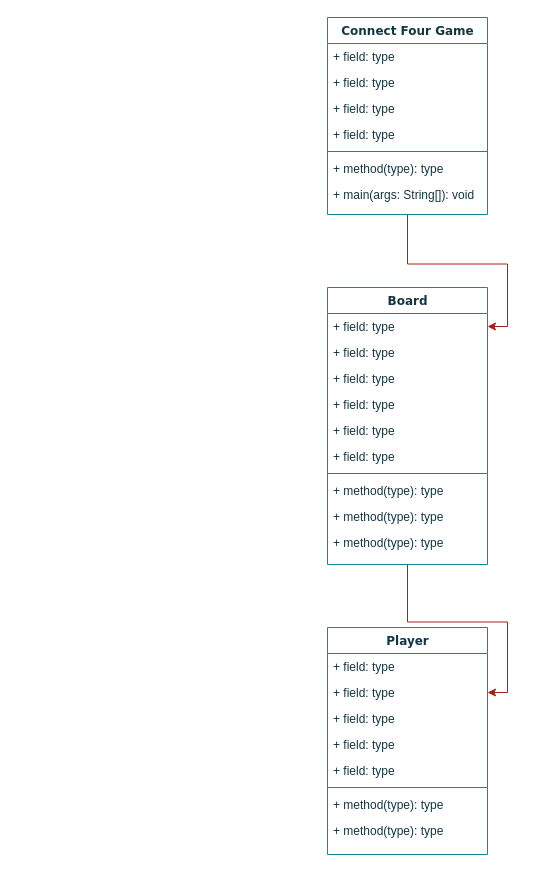
The draw.io diagram connectFourGameUML.drawio in MsRodrigP/webpages, before the edit. Source tidied: cells renumbered, new cells numbered last; positions are measured from the earlier drawing's top-left corner, leaving out a move shared by most shapes. Both pictures are drawn from the tidied source at 100%, with x=0, y=0 at pixel (327, 17).
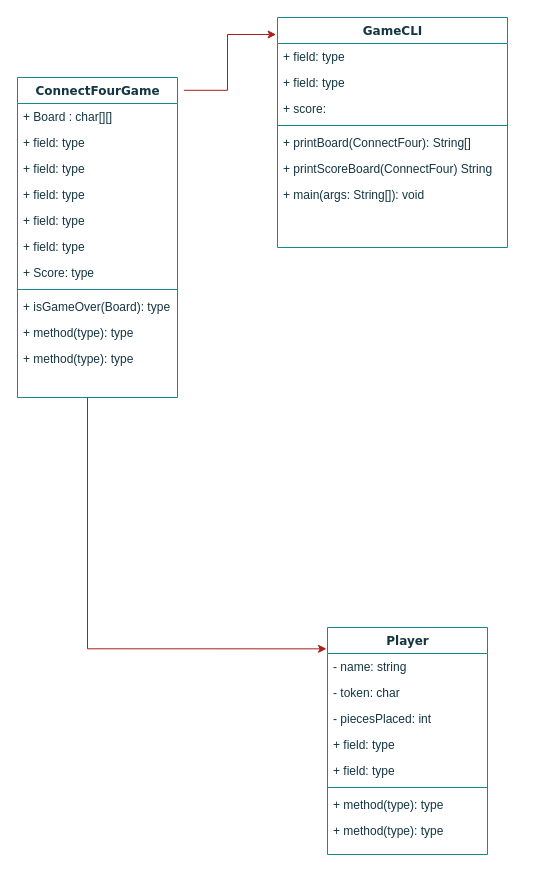
Above is the later version.

The change refers to these unchanged cells:
```xml
<mxCell id="2" value="Player" style="swimlane;html=1;fontStyle=1;align=center;verticalAlign=top;horizontal=1;startSize=26;swimlaneFillColor=#ffffff;rounded=0;shadow=0;comic=0;labelBackgroundColor=none;strokeWidth=1;fillColor=none;fontFamily=Verdana;fontSize=12;strokeColor=#0F8B8D;fontColor=#143642;" parent="1" vertex="1">
  <mxGeometry y="610" width="160" height="227" as="geometry" />
</mxCell>
```

The edit, as a diff of the source:
```diff
@@
-    <mxCell id="3" value="+ field: type" style="text;html=1;strokeColor=none;fillColor=none;align=left;verticalAlign=top;spacingLeft=4;spacingRight=4;whiteSpace=wrap;overflow=hidden;labelBackgroundColor=none;fontColor=#143642;" parent="2" vertex="1">
+    <mxCell id="3" value="- name: string" style="text;html=1;strokeColor=none;fillColor=none;align=left;verticalAlign=top;spacingLeft=4;spacingRight=4;whiteSpace=wrap;overflow=hidden;labelBackgroundColor=none;fontColor=#143642;" parent="2" vertex="1">
       <mxGeometry y="26" width="160" height="26" as="geometry" />
     </mxCell>
-    <mxCell id="4" value="+ field: type" style="text;html=1;strokeColor=none;fillColor=none;align=left;verticalAlign=top;spacingLeft=4;spacingRight=4;whiteSpace=wrap;overflow=hidden;points=[[0,0.5],[1,0.5]];portConstraint=eastwest;labelBackgroundColor=none;fontColor=#143642;" parent="2" vertex="1">
+    <mxCell id="4" value="- token: char" style="text;html=1;strokeColor=none;fillColor=none;align=left;verticalAlign=top;spacingLeft=4;spacingRight=4;whiteSpace=wrap;overflow=hidden;points=[[0,0.5],[1,0.5]];portConstraint=eastwest;labelBackgroundColor=none;fontColor=#143642;" parent="2" vertex="1">
       <mxGeometry y="52" width="160" height="26" as="geometry" />
     </mxCell>
-    <mxCell id="5" value="+ field: type" style="text;html=1;strokeColor=none;fillColor=none;align=left;verticalAlign=top;spacingLeft=4;spacingRight=4;whiteSpace=wrap;overflow=hidden;labelBackgroundColor=none;fontColor=#143642;" parent="2" vertex="1">
+    <mxCell id="5" value="- piecesPlaced: int" style="text;html=1;strokeColor=none;fillColor=none;align=left;verticalAlign=top;spacingLeft=4;spacingRight=4;whiteSpace=wrap;overflow=hidden;labelBackgroundColor=none;fontColor=#143642;" parent="2" vertex="1">
       <mxGeometry y="78" width="160" height="26" as="geometry" />
     </mxCell>
@@
-    <mxCell id="11" style="edgeStyle=orthogonalEdgeStyle;rounded=0;jettySize=auto;html=1;strokeColor=#A8201A;fontColor=#143642;fillColor=#FAE5C7;" parent="1" edge="1" source="12" target="4">
-      <mxGeometry relative="1" as="geometry" />
-    </mxCell>
-    <mxCell id="12" value="Board" style="swimlane;html=1;fontStyle=1;align=center;verticalAlign=top;horizontal=1;startSize=26;swimlaneFillColor=#ffffff;rounded=0;shadow=0;comic=0;labelBackgroundColor=none;strokeWidth=1;fillColor=none;fontFamily=Verdana;fontSize=12;strokeColor=#0F8B8D;fontColor=#143642;" parent="1" vertex="1">
-      <mxGeometry y="270" width="160" height="277" as="geometry" />
+    <mxCell id="12" value="ConnectFourGame" style="swimlane;html=1;fontStyle=1;align=center;verticalAlign=top;horizontal=1;startSize=26;swimlaneFillColor=#ffffff;rounded=0;shadow=0;comic=0;labelBackgroundColor=none;strokeWidth=1;fillColor=none;fontFamily=Verdana;fontSize=12;strokeColor=#0F8B8D;fontColor=#143642;" parent="1" vertex="1">
+      <mxGeometry x="-310" y="60" width="160" height="320" as="geometry" />
     </mxCell>
-    <mxCell id="13" value="+ field: type" style="text;html=1;strokeColor=none;fillColor=none;align=left;verticalAlign=top;spacingLeft=4;spacingRight=4;whiteSpace=wrap;overflow=hidden;points=[[0,0.5],[1,0.5]];portConstraint=eastwest;labelBackgroundColor=none;fontColor=#143642;" parent="12" vertex="1">
+    <mxCell id="13" value="+ Board : char[][]&amp;nbsp;" style="text;html=1;strokeColor=none;fillColor=none;align=left;verticalAlign=top;spacingLeft=4;spacingRight=4;whiteSpace=wrap;overflow=hidden;points=[[0,0.5],[1,0.5]];portConstraint=eastwest;labelBackgroundColor=none;fontColor=#143642;" parent="12" vertex="1">
       <mxGeometry y="26" width="160" height="26" as="geometry" />
     </mxCell>
+    <mxCell id="32" value="+ field: type" style="text;html=1;strokeColor=none;fillColor=none;align=left;verticalAlign=top;spacingLeft=4;spacingRight=4;whiteSpace=wrap;overflow=hidden;labelBackgroundColor=none;fontColor=#143642;" parent="12" vertex="1">
+      <mxGeometry y="52" width="160" height="26" as="geometry" />
+    </mxCell>
     <mxCell id="14" value="+ field: type" style="text;html=1;strokeColor=none;fillColor=none;align=left;verticalAlign=top;spacingLeft=4;spacingRight=4;whiteSpace=wrap;overflow=hidden;labelBackgroundColor=none;fontColor=#143642;" parent="12" vertex="1">
-      <mxGeometry y="52" width="160" height="26" as="geometry" />
+      <mxGeometry y="78" width="160" height="26" as="geometry" />
     </mxCell>
     <mxCell id="15" value="+ field: type" style="text;html=1;strokeColor=none;fillColor=none;align=left;verticalAlign=top;spacingLeft=4;spacingRight=4;whiteSpace=wrap;overflow=hidden;labelBackgroundColor=none;fontColor=#143642;" parent="12" vertex="1">
-      <mxGeometry y="78" width="160" height="26" as="geometry" />
+      <mxGeometry y="104" width="160" height="26" as="geometry" />
     </mxCell>
     <mxCell id="16" value="+ field: type" style="text;html=1;strokeColor=none;fillColor=none;align=left;verticalAlign=top;spacingLeft=4;spacingRight=4;whiteSpace=wrap;overflow=hidden;labelBackgroundColor=none;fontColor=#143642;" parent="12" vertex="1">
-      <mxGeometry y="104" width="160" height="26" as="geometry" />
+      <mxGeometry y="130" width="160" height="26" as="geometry" />
     </mxCell>
     <mxCell id="17" value="+ field: type" style="text;html=1;strokeColor=none;fillColor=none;align=left;verticalAlign=top;spacingLeft=4;spacingRight=4;whiteSpace=wrap;overflow=hidden;labelBackgroundColor=none;fontColor=#143642;" parent="12" vertex="1">
-      <mxGeometry y="130" width="160" height="26" as="geometry" />
+      <mxGeometry y="156" width="160" height="26" as="geometry" />
     </mxCell>
-    <mxCell id="18" value="+ field: type" style="text;html=1;strokeColor=none;fillColor=none;align=left;verticalAlign=top;spacingLeft=4;spacingRight=4;whiteSpace=wrap;overflow=hidden;labelBackgroundColor=none;fontColor=#143642;" parent="12" vertex="1">
-      <mxGeometry y="156" width="160" height="26" as="geometry" />
+    <mxCell id="18" value="+ Score: type" style="text;html=1;strokeColor=none;fillColor=none;align=left;verticalAlign=top;spacingLeft=4;spacingRight=4;whiteSpace=wrap;overflow=hidden;labelBackgroundColor=none;fontColor=#143642;" parent="12" vertex="1">
+      <mxGeometry y="182" width="160" height="26" as="geometry" />
     </mxCell>
     <mxCell id="19" style="line;html=1;strokeWidth=1;fillColor=none;align=left;verticalAlign=middle;spacingTop=-1;spacingLeft=3;spacingRight=3;labelPosition=right;labelBackgroundColor=none;strokeColor=#0F8B8D;fontColor=#143642;" parent="12" vertex="1">
-      <mxGeometry y="182" width="160" height="8" as="geometry" />
+      <mxGeometry y="208" width="160" height="8" as="geometry" />
     </mxCell>
-    <mxCell id="20" value="+ method(type): type" style="text;html=1;strokeColor=none;fillColor=none;align=left;verticalAlign=top;spacingLeft=4;spacingRight=4;whiteSpace=wrap;overflow=hidden;labelBackgroundColor=none;fontColor=#143642;" parent="12" vertex="1">
-      <mxGeometry y="190" width="160" height="26" as="geometry" />
+    <mxCell id="20" value="+ isGameOver(Board): type" style="text;html=1;strokeColor=none;fillColor=none;align=left;verticalAlign=top;spacingLeft=4;spacingRight=4;whiteSpace=wrap;overflow=hidden;labelBackgroundColor=none;fontColor=#143642;" parent="12" vertex="1">
+      <mxGeometry y="216" width="160" height="26" as="geometry" />
     </mxCell>
     <mxCell id="21" value="+ method(type): type" style="text;html=1;strokeColor=none;fillColor=none;align=left;verticalAlign=top;spacingLeft=4;spacingRight=4;whiteSpace=wrap;overflow=hidden;labelBackgroundColor=none;fontColor=#143642;" parent="12" vertex="1">
-      <mxGeometry y="216" width="160" height="26" as="geometry" />
+      <mxGeometry y="242" width="160" height="26" as="geometry" />
     </mxCell>
     <mxCell id="22" value="+ method(type): type" style="text;html=1;strokeColor=none;fillColor=none;align=left;verticalAlign=top;spacingLeft=4;spacingRight=4;whiteSpace=wrap;overflow=hidden;labelBackgroundColor=none;fontColor=#143642;" parent="12" vertex="1">
-      <mxGeometry y="242" width="160" height="26" as="geometry" />
+      <mxGeometry y="268" width="160" height="26" as="geometry" />
     </mxCell>
-    <mxCell id="23" style="edgeStyle=orthogonalEdgeStyle;rounded=0;jettySize=auto;html=1;strokeColor=#A8201A;fontColor=#143642;fillColor=#FAE5C7;" parent="1" edge="1" source="24" target="13">
-      <mxGeometry relative="1" as="geometry" />
-    </mxCell>
-    <mxCell id="24" value="Connect Four Game" style="swimlane;html=1;fontStyle=1;align=center;verticalAlign=top;horizontal=1;startSize=26;swimlaneFillColor=#ffffff;rounded=0;shadow=0;comic=0;labelBackgroundColor=none;strokeWidth=1;fillColor=none;fontFamily=Verdana;fontSize=12;strokeColor=#0F8B8D;fontColor=#143642;" parent="1" vertex="1">
-      <mxGeometry width="160" height="197" as="geometry" />
+    <mxCell id="24" value="GameCLI" style="swimlane;html=1;fontStyle=1;align=center;verticalAlign=top;horizontal=1;startSize=26;swimlaneFillColor=#ffffff;rounded=0;shadow=0;comic=0;labelBackgroundColor=none;strokeWidth=1;fillColor=none;fontFamily=Verdana;fontSize=12;strokeColor=#0F8B8D;fontColor=#143642;" parent="1" vertex="1">
+      <mxGeometry x="-50" width="230" height="230" as="geometry" />
     </mxCell>
     <mxCell id="25" value="+ field: type" style="text;html=1;strokeColor=none;fillColor=none;align=left;verticalAlign=top;spacingLeft=4;spacingRight=4;whiteSpace=wrap;overflow=hidden;labelBackgroundColor=none;fontColor=#143642;" parent="24" vertex="1">
-      <mxGeometry y="26" width="160" height="26" as="geometry" />
+      <mxGeometry y="26" width="230" height="26" as="geometry" />
     </mxCell>
     <mxCell id="26" value="+ field: type" style="text;html=1;strokeColor=none;fillColor=none;align=left;verticalAlign=top;spacingLeft=4;spacingRight=4;whiteSpace=wrap;overflow=hidden;labelBackgroundColor=none;fontColor=#143642;" parent="24" vertex="1">
-      <mxGeometry y="52" width="160" height="26" as="geometry" />
+      <mxGeometry y="52" width="230" height="26" as="geometry" />
     </mxCell>
-    <mxCell id="27" value="+ field: type" style="text;html=1;strokeColor=none;fillColor=none;align=left;verticalAlign=top;spacingLeft=4;spacingRight=4;whiteSpace=wrap;overflow=hidden;labelBackgroundColor=none;fontColor=#143642;" parent="24" vertex="1">
-      <mxGeometry y="78" width="160" height="26" as="geometry" />
-    </mxCell>
-    <mxCell id="28" value="+ field: type" style="text;html=1;strokeColor=none;fillColor=none;align=left;verticalAlign=top;spacingLeft=4;spacingRight=4;whiteSpace=wrap;overflow=hidden;labelBackgroundColor=none;fontColor=#143642;" parent="24" vertex="1">
-      <mxGeometry y="104" width="160" height="26" as="geometry" />
+    <mxCell id="28" value="+ score:&amp;nbsp;" style="text;html=1;strokeColor=none;fillColor=none;align=left;verticalAlign=top;spacingLeft=4;spacingRight=4;whiteSpace=wrap;overflow=hidden;labelBackgroundColor=none;fontColor=#143642;" parent="24" vertex="1">
+      <mxGeometry y="78" width="230" height="26" as="geometry" />
     </mxCell>
     <mxCell id="29" style="line;html=1;strokeWidth=1;fillColor=none;align=left;verticalAlign=middle;spacingTop=-1;spacingLeft=3;spacingRight=3;labelPosition=right;labelBackgroundColor=none;strokeColor=#0F8B8D;fontColor=#143642;" parent="24" vertex="1">
-      <mxGeometry y="130" width="160" height="8" as="geometry" />
+      <mxGeometry y="104" width="230" height="8" as="geometry" />
     </mxCell>
-    <mxCell id="30" value="+ method(type): type" style="text;html=1;strokeColor=none;fillColor=none;align=left;verticalAlign=top;spacingLeft=4;spacingRight=4;whiteSpace=wrap;overflow=hidden;labelBackgroundColor=none;fontColor=#143642;" parent="24" vertex="1">
-      <mxGeometry y="138" width="160" height="26" as="geometry" />
+    <mxCell id="30" value="+ printBoard(ConnectFour): String[]&amp;nbsp;" style="text;html=1;strokeColor=none;fillColor=none;align=left;verticalAlign=top;spacingLeft=4;spacingRight=4;whiteSpace=wrap;overflow=hidden;labelBackgroundColor=none;fontColor=#143642;" parent="24" vertex="1">
+      <mxGeometry y="112" width="230" height="26" as="geometry" />
     </mxCell>
+    <mxCell id="27" value="+ printScoreBoard(ConnectFour) String&amp;nbsp;" style="text;html=1;strokeColor=none;fillColor=none;align=left;verticalAlign=top;spacingLeft=4;spacingRight=4;whiteSpace=wrap;overflow=hidden;labelBackgroundColor=none;fontColor=#143642;" parent="24" vertex="1">
+      <mxGeometry y="138" width="230" height="26" as="geometry" />
+    </mxCell>
     <mxCell id="31" value="+ main(args: String[]): void" style="text;html=1;strokeColor=none;fillColor=none;align=left;verticalAlign=top;spacingLeft=4;spacingRight=4;whiteSpace=wrap;overflow=hidden;labelBackgroundColor=none;fontColor=#143642;" parent="24" vertex="1">
-      <mxGeometry y="164" width="160" height="26" as="geometry" />
+      <mxGeometry y="164" width="230" height="26" as="geometry" />
     </mxCell>
+    <mxCell id="33" style="edgeStyle=orthogonalEdgeStyle;rounded=0;jettySize=auto;html=1;entryX=-0.006;entryY=0.074;entryDx=0;entryDy=0;entryPerimeter=0;strokeColor=#A8201A;fontColor=#143642;fillColor=#FAE5C7;exitX=1.04;exitY=0.04;exitDx=0;exitDy=0;exitPerimeter=0;" parent="1" edge="1" source="12" target="24">
+      <mxGeometry relative="1" as="geometry" />
+    </mxCell>
+    <mxCell id="34" style="edgeStyle=orthogonalEdgeStyle;rounded=0;jettySize=auto;html=1;entryX=-0.006;entryY=0.094;entryDx=0;entryDy=0;entryPerimeter=0;strokeColor=#A8201A;fontColor=#143642;fillColor=#FAE5C7;" parent="1" edge="1" target="2">
+      <mxGeometry relative="1" as="geometry">
+        <mxPoint x="-240" y="380" as="sourcePoint" />
+        <Array as="points">
+          <mxPoint x="-240" y="631" />
+        </Array>
+      </mxGeometry>
+    </mxCell>
```
